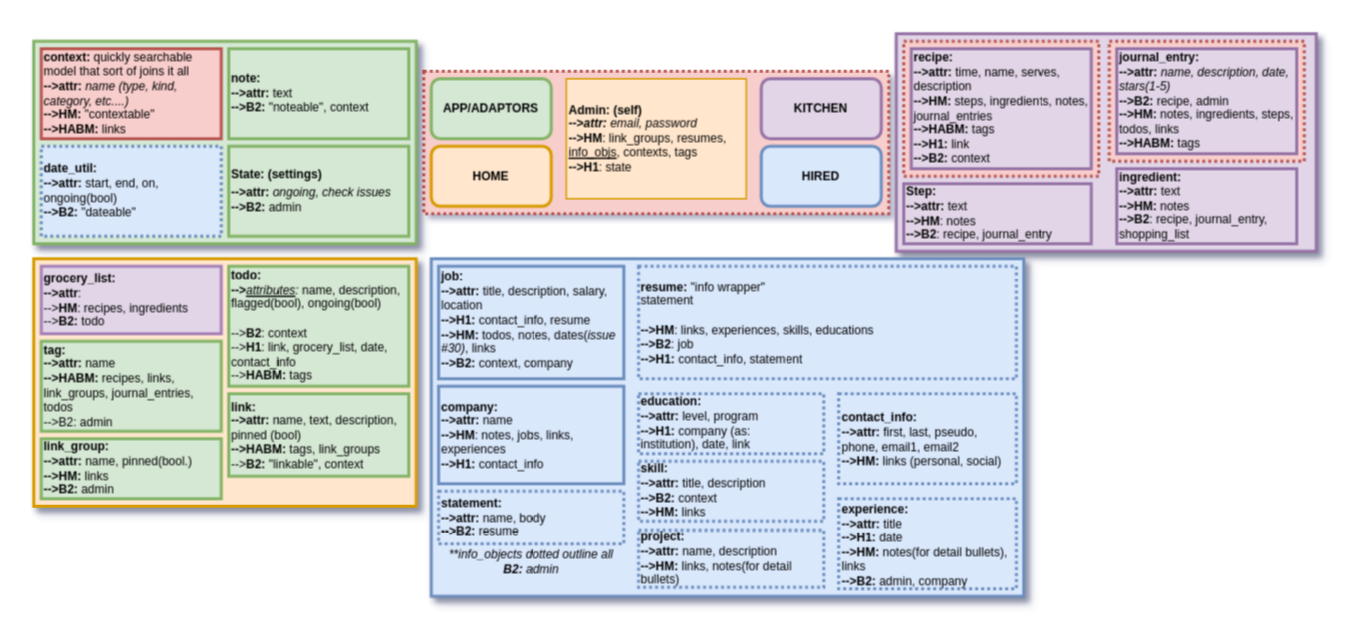
Earlier version of the draw.io diagram docs/self.oo-map.drawio (horaciovelvetine/horaciovelvetine). Source tidied: cells renumbered, new cells numbered last; positions are measured from the earlier drawing's top-left corner, leaving out a move shared by most shapes. Both pictures are drawn from the tidied source at 150%, with x=0, y=0 at pixel (33, 33).
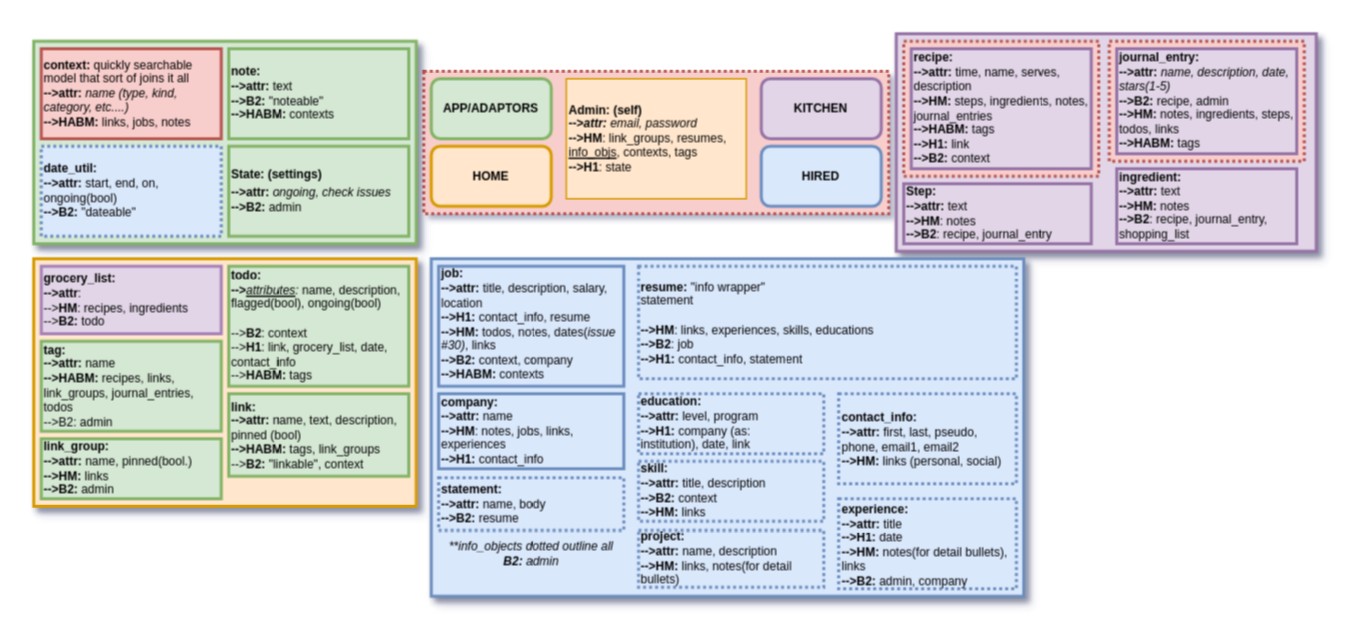
Above is the later version.

Diff of the diagram source:
```diff
@@
-    <mxCell id="11" value="&lt;b&gt;context: &lt;/b&gt;quickly searchable model that sort of joins it all&lt;br&gt;&lt;b&gt;--&amp;gt;attr:&lt;/b&gt;&lt;i&gt;&amp;nbsp;name (type, kind, category, etc....)&lt;/i&gt;&lt;br&gt;&lt;b&gt;--&amp;gt;HM:&lt;/b&gt; &quot;contextable&quot;&lt;br&gt;&lt;b&gt;--&amp;gt;HABM: &lt;/b&gt;links&amp;nbsp;" style="rounded=0;whiteSpace=wrap;html=1;fontSize=8;align=left;fillColor=#f8cecc;strokeColor=#b85450;rotation=0;strokeWidth=2;" parent="1" vertex="1">
+    <mxCell id="11" value="&lt;b&gt;context: &lt;/b&gt;quickly searchable model that sort of joins it all&lt;br&gt;&lt;b&gt;--&amp;gt;attr:&lt;/b&gt;&lt;i&gt;&amp;nbsp;name (type, kind, category, etc....)&lt;/i&gt;&lt;br&gt;&lt;b&gt;--&amp;gt;HABM: &lt;/b&gt;links, jobs, notes" style="rounded=0;whiteSpace=wrap;html=1;fontSize=8;align=left;fillColor=#f8cecc;strokeColor=#b85450;rotation=0;strokeWidth=2;" parent="1" vertex="1">
       <mxGeometry x="5" y="10" width="120" height="60" as="geometry" />
     </mxCell>
-    <mxCell id="12" value="&lt;b&gt;note:&amp;nbsp;&lt;/b&gt;&lt;br&gt;&lt;b&gt;--&amp;gt;attr:&lt;/b&gt; text&lt;br&gt;&lt;b&gt;--&amp;gt;B2: &lt;/b&gt;&quot;noteable&quot;, context" style="rounded=0;whiteSpace=wrap;html=1;fontSize=8;align=left;fillColor=#d5e8d4;strokeColor=#82b366;rotation=0;strokeWidth=2;shadow=0;" parent="1" vertex="1">
+    <mxCell id="12" value="&lt;b&gt;note:&amp;nbsp;&lt;/b&gt;&lt;br&gt;&lt;b&gt;--&amp;gt;attr:&lt;/b&gt; text&lt;br&gt;&lt;b&gt;--&amp;gt;B2: &lt;/b&gt;&quot;noteable&quot;&lt;br&gt;&lt;b&gt;--&amp;gt;HABM: &lt;/b&gt;contexts" style="rounded=0;whiteSpace=wrap;html=1;fontSize=8;align=left;fillColor=#d5e8d4;strokeColor=#82b366;rotation=0;strokeWidth=2;shadow=0;" parent="1" vertex="1">
       <mxGeometry x="130" y="10" width="120" height="60" as="geometry" />
     </mxCell>
@@
     <mxCell id="27" value="&lt;b&gt;company:&lt;/b&gt;&lt;br&gt;&lt;b&gt;--&amp;gt;attr:&lt;/b&gt; name&lt;br&gt;&lt;b&gt;--&amp;gt;HM&lt;/b&gt;: notes, jobs, links, experiences&lt;br&gt;&lt;b&gt;--&amp;gt;H1: &lt;/b&gt;contact_info" style="rounded=0;whiteSpace=wrap;html=1;fontSize=8;align=left;fillColor=#dae8fc;strokeColor=#6c8ebf;rotation=0;strokeWidth=2;" parent="1" vertex="1">
-      <mxGeometry x="269.9" y="235" width="123.5" height="65" as="geometry" />
+      <mxGeometry x="269.9" y="240" width="123.5" height="50" as="geometry" />
     </mxCell>
@@
-    <mxCell id="33" value="&lt;span style=&quot;font-size: 8px&quot;&gt;&lt;b&gt;job:&lt;/b&gt;&lt;br&gt;&lt;b&gt;--&amp;gt;attr: &lt;/b&gt;title, description, salary, location&lt;br&gt;&lt;b&gt;--&amp;gt;H1: &lt;/b&gt;contact_info, resume&lt;br&gt;&lt;b&gt;--&amp;gt;HM: &lt;/b&gt;todos, notes, dates(&lt;i&gt;issue #30)&lt;/i&gt;, links&lt;br&gt;&lt;b&gt;--&amp;gt;B2: &lt;/b&gt;context, company&lt;br&gt;&lt;br&gt;&lt;/span&gt;" style="rounded=0;whiteSpace=wrap;html=1;shadow=0;glass=0;sketch=0;fontSize=7;strokeColor=#6c8ebf;strokeWidth=2;fillColor=#dae8fc;align=left;labelPosition=center;verticalLabelPosition=middle;verticalAlign=middle;spacingTop=7;" parent="1" vertex="1">
-      <mxGeometry x="269.9" y="155" width="123.5" height="75" as="geometry" />
+    <mxCell id="33" value="&lt;span style=&quot;font-size: 8px&quot;&gt;&lt;b&gt;job:&lt;/b&gt;&lt;br&gt;&lt;b&gt;--&amp;gt;attr: &lt;/b&gt;title, description, salary, location&lt;br&gt;&lt;b&gt;--&amp;gt;H1: &lt;/b&gt;contact_info, resume&lt;br&gt;&lt;b&gt;--&amp;gt;HM: &lt;/b&gt;todos, notes, dates(&lt;i&gt;issue #30)&lt;/i&gt;, links&lt;br&gt;&lt;b&gt;--&amp;gt;B2: &lt;/b&gt;context, company&lt;br&gt;&lt;b&gt;--&amp;gt;HABM: &lt;/b&gt;contexts&lt;br&gt;&lt;br&gt;&lt;/span&gt;" style="rounded=0;whiteSpace=wrap;html=1;shadow=0;glass=0;sketch=0;fontSize=7;strokeColor=#6c8ebf;strokeWidth=2;fillColor=#dae8fc;align=left;labelPosition=center;verticalLabelPosition=middle;verticalAlign=middle;spacingTop=7;" parent="1" vertex="1">
+      <mxGeometry x="269.9" y="155" width="123.5" height="80" as="geometry" />
     </mxCell>
@@
     <mxCell id="35" value="&lt;i&gt;**info_objects dotted outline all &lt;b&gt;B2: &lt;/b&gt;admin&lt;/i&gt;" style="text;html=1;strokeColor=none;fillColor=none;align=center;verticalAlign=middle;whiteSpace=wrap;rounded=0;labelPosition=center;verticalLabelPosition=middle;fontSize=8;" parent="1" vertex="1">
-      <mxGeometry x="269.9" y="340" width="123.5" height="23" as="geometry" />
+      <mxGeometry x="269.9" y="335" width="123.5" height="23" as="geometry" />
     </mxCell>
     <mxCell id="36" value="&lt;span style=&quot;font-size: 8px&quot;&gt;&lt;b&gt;statement:&amp;nbsp;&lt;/b&gt;&lt;br&gt;&lt;b&gt;--&amp;gt;attr: &lt;/b&gt;name, body&lt;br&gt;&lt;b&gt;--&amp;gt;B2: &lt;/b&gt;resume&lt;br&gt;&lt;/span&gt;" style="rounded=0;whiteSpace=wrap;html=1;shadow=0;glass=0;sketch=0;fontSize=7;strokeColor=#6c8ebf;strokeWidth=2;fillColor=#dae8fc;align=left;dashed=1;dashPattern=1 1;" parent="1" vertex="1">
-      <mxGeometry x="269.9" y="305" width="123.5" height="35" as="geometry" />
+      <mxGeometry x="269.9" y="296" width="123.5" height="35" as="geometry" />
     </mxCell>
```
